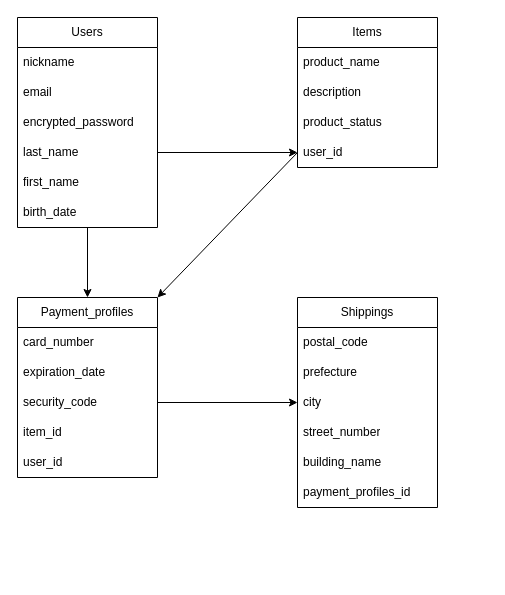
Before: test.drawio.dio in sekihono/furima-39817, a draw.io diagram. Source tidied: cells renumbered, new cells numbered last; positions are measured from the earlier drawing's top-left corner, leaving out a move shared by most shapes. Both pictures are drawn from the tidied source at 100%, with x=0, y=0 at pixel (17, 17).
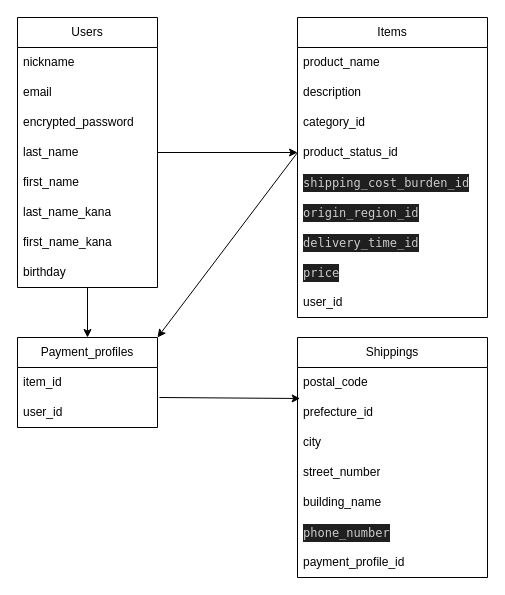
After the change.

Commit message (it also covers changes not shown here):
データベース設計　再修正１

The change refers to these unchanged cells:
```xml
<mxCell id="7" value="last_name" style="text;strokeColor=none;fillColor=none;align=left;verticalAlign=middle;spacingLeft=4;spacingRight=4;overflow=hidden;points=[[0,0.5],[1,0.5]];portConstraint=eastwest;whiteSpace=wrap;html=1;" parent="3" vertex="1">
  <mxGeometry y="120" width="140" height="30" as="geometry" />
</mxCell>
```

Diff of the diagram source:
```diff
@@
     <mxCell id="3" value="Users" style="swimlane;fontStyle=0;horizontal=1;startSize=30;whiteSpace=wrap;html=1;" parent="1" vertex="1">
-      <mxGeometry width="140" height="210" as="geometry" />
+      <mxGeometry width="140" height="270" as="geometry" />
     </mxCell>
@@
+    <mxCell id="31" value="last_name_kana" style="text;strokeColor=none;fillColor=none;align=left;verticalAlign=middle;spacingLeft=4;spacingRight=4;overflow=hidden;whiteSpace=wrap;html=1;" parent="3" vertex="1">
+      <mxGeometry y="180" width="140" height="30" as="geometry" />
+    </mxCell>
+    <mxCell id="32" value="first_name_kana" style="text;strokeColor=none;fillColor=none;align=left;verticalAlign=middle;spacingLeft=4;spacingRight=4;overflow=hidden;whiteSpace=wrap;html=1;" parent="3" vertex="1">
+      <mxGeometry y="210" width="140" height="30" as="geometry" />
+    </mxCell>
-    <mxCell id="9" value="birth_date" style="text;strokeColor=none;fillColor=none;align=left;verticalAlign=middle;spacingLeft=4;spacingRight=4;overflow=hidden;whiteSpace=wrap;html=1;" parent="3" vertex="1">
-      <mxGeometry y="180" width="140" height="30" as="geometry" />
+    <mxCell id="9" value="birthday" style="text;strokeColor=none;fillColor=none;align=left;verticalAlign=middle;spacingLeft=4;spacingRight=4;overflow=hidden;whiteSpace=wrap;html=1;" parent="3" vertex="1">
+      <mxGeometry y="240" width="140" height="30" as="geometry" />
     </mxCell>
     <mxCell id="10" value="Items" style="swimlane;fontStyle=0;horizontal=1;startSize=30;whiteSpace=wrap;html=1;" parent="1" vertex="1">
-      <mxGeometry x="280" width="140" height="150" as="geometry" />
+      <mxGeometry x="280" width="190" height="300" as="geometry" />
     </mxCell>
     <mxCell id="11" value="product_name" style="text;strokeColor=none;fillColor=none;align=left;verticalAlign=middle;spacingLeft=4;spacingRight=4;overflow=hidden;whiteSpace=wrap;html=1;" parent="10" vertex="1">
-      <mxGeometry y="30" width="140" height="30" as="geometry" />
+      <mxGeometry y="30" width="190" height="30" as="geometry" />
     </mxCell>
     <mxCell id="12" value="description" style="text;strokeColor=none;fillColor=none;align=left;verticalAlign=middle;spacingLeft=4;spacingRight=4;overflow=hidden;whiteSpace=wrap;html=1;" parent="10" vertex="1">
-      <mxGeometry y="60" width="140" height="30" as="geometry" />
+      <mxGeometry y="60" width="190" height="30" as="geometry" />
     </mxCell>
+    <mxCell id="33" value="category_id" style="text;strokeColor=none;fillColor=none;align=left;verticalAlign=middle;spacingLeft=4;spacingRight=4;overflow=hidden;whiteSpace=wrap;html=1;" parent="10" vertex="1">
+      <mxGeometry y="90" width="190" height="30" as="geometry" />
+    </mxCell>
-    <mxCell id="13" value="product_status" style="text;strokeColor=none;fillColor=none;align=left;verticalAlign=middle;spacingLeft=4;spacingRight=4;overflow=hidden;points=[[0,0.5],[1,0.5]];portConstraint=eastwest;whiteSpace=wrap;html=1;" parent="10" vertex="1">
-      <mxGeometry y="90" width="140" height="30" as="geometry" />
+    <mxCell id="13" value="product_status_id" style="text;strokeColor=none;fillColor=none;align=left;verticalAlign=middle;spacingLeft=4;spacingRight=4;overflow=hidden;points=[[0,0.5],[1,0.5]];portConstraint=eastwest;whiteSpace=wrap;html=1;" parent="10" vertex="1">
+      <mxGeometry y="120" width="190" height="30" as="geometry" />
     </mxCell>
+    <mxCell id="34" value="&lt;div style=&quot;color: rgb(204, 204, 204); background-color: rgb(31, 31, 31); font-family: Menlo, Monaco, &amp;quot;Courier New&amp;quot;, monospace; line-height: 18px;&quot;&gt;shipping_cost_burden_id&lt;/div&gt;" style="text;strokeColor=none;fillColor=none;align=left;verticalAlign=middle;spacingLeft=4;spacingRight=4;overflow=hidden;whiteSpace=wrap;html=1;" parent="10" vertex="1">
+      <mxGeometry y="150" width="190" height="30" as="geometry" />
+    </mxCell>
+    <mxCell id="35" value="&lt;div style=&quot;color: rgb(204, 204, 204); background-color: rgb(31, 31, 31); font-family: Menlo, Monaco, &amp;quot;Courier New&amp;quot;, monospace; line-height: 18px;&quot;&gt;origin_region_id &lt;/div&gt;" style="text;strokeColor=none;fillColor=none;align=left;verticalAlign=middle;spacingLeft=4;spacingRight=4;overflow=hidden;whiteSpace=wrap;html=1;" parent="10" vertex="1">
+      <mxGeometry y="180" width="190" height="30" as="geometry" />
+    </mxCell>
+    <mxCell id="36" value="&lt;div style=&quot;color: rgb(204, 204, 204); background-color: rgb(31, 31, 31); font-family: Menlo, Monaco, &amp;quot;Courier New&amp;quot;, monospace; line-height: 18px;&quot;&gt;delivery_time_id&lt;/div&gt;" style="text;strokeColor=none;fillColor=none;align=left;verticalAlign=middle;spacingLeft=4;spacingRight=4;overflow=hidden;whiteSpace=wrap;html=1;" parent="10" vertex="1">
+      <mxGeometry y="210" width="190" height="30" as="geometry" />
+    </mxCell>
+    <mxCell id="37" value="&lt;div style=&quot;color: rgb(204, 204, 204); background-color: rgb(31, 31, 31); font-family: Menlo, Monaco, &amp;quot;Courier New&amp;quot;, monospace; line-height: 18px;&quot;&gt;price&lt;/div&gt;" style="text;strokeColor=none;fillColor=none;align=left;verticalAlign=middle;spacingLeft=4;spacingRight=4;overflow=hidden;whiteSpace=wrap;html=1;" parent="10" vertex="1">
+      <mxGeometry y="240" width="190" height="30" as="geometry" />
+    </mxCell>
     <mxCell id="14" value="user_id" style="text;strokeColor=none;fillColor=none;align=left;verticalAlign=middle;spacingLeft=4;spacingRight=4;overflow=hidden;points=[[0,0.5],[1,0.5]];portConstraint=eastwest;whiteSpace=wrap;html=1;" parent="10" vertex="1">
-      <mxGeometry y="120" width="140" height="30" as="geometry" />
+      <mxGeometry y="270" width="190" height="30" as="geometry" />
     </mxCell>
-    <mxCell id="15" style="edgeStyle=none;html=1;exitX=1;exitY=0.5;exitDx=0;exitDy=0;entryX=0;entryY=0.5;entryDx=0;entryDy=0;" parent="1" edge="1" source="7" target="14">
+    <mxCell id="15" style="edgeStyle=none;html=1;exitX=1;exitY=0.5;exitDx=0;exitDy=0;entryX=0;entryY=0.5;entryDx=0;entryDy=0;" parent="1" edge="1" source="7" target="13">
       <mxGeometry relative="1" as="geometry" />
     </mxCell>
     <mxCell id="16" value="Payment_profiles" style="swimlane;fontStyle=0;horizontal=1;startSize=30;whiteSpace=wrap;html=1;" parent="1" vertex="1">
-      <mxGeometry y="280" width="140" height="180" as="geometry" />
+      <mxGeometry y="320" width="140" height="90" as="geometry" />
     </mxCell>
-    <mxCell id="17" value="card_number" style="text;strokeColor=none;fillColor=none;align=left;verticalAlign=middle;spacingLeft=4;spacingRight=4;overflow=hidden;whiteSpace=wrap;html=1;" parent="16" vertex="1">
-      <mxGeometry y="30" width="140" height="30" as="geometry" />
-    </mxCell>
-    <mxCell id="18" value="expiration_date" style="text;strokeColor=none;fillColor=none;align=left;verticalAlign=middle;spacingLeft=4;spacingRight=4;overflow=hidden;whiteSpace=wrap;html=1;" parent="16" vertex="1">
-      <mxGeometry y="60" width="140" height="30" as="geometry" />
-    </mxCell>
-    <mxCell id="19" value="security_code" style="text;strokeColor=none;fillColor=none;align=left;verticalAlign=middle;spacingLeft=4;spacingRight=4;overflow=hidden;points=[[0,0.5],[1,0.5]];portConstraint=eastwest;whiteSpace=wrap;html=1;" parent="16" vertex="1">
-      <mxGeometry y="90" width="140" height="30" as="geometry" />
-    </mxCell>
     <mxCell id="20" value="item_id" style="text;strokeColor=none;fillColor=none;align=left;verticalAlign=middle;spacingLeft=4;spacingRight=4;overflow=hidden;whiteSpace=wrap;html=1;" parent="16" vertex="1">
-      <mxGeometry y="120" width="140" height="30" as="geometry" />
+      <mxGeometry y="30" width="140" height="30" as="geometry" />
     </mxCell>
     <mxCell id="21" value="user_id" style="text;strokeColor=none;fillColor=none;align=left;verticalAlign=middle;spacingLeft=4;spacingRight=4;overflow=hidden;points=[[0,0.5],[1,0.5]];portConstraint=eastwest;whiteSpace=wrap;html=1;" parent="16" vertex="1">
-      <mxGeometry y="150" width="140" height="30" as="geometry" />
+      <mxGeometry y="60" width="140" height="30" as="geometry" />
     </mxCell>
     <mxCell id="22" value="Shippings" style="swimlane;fontStyle=0;horizontal=1;startSize=30;whiteSpace=wrap;html=1;" parent="1" vertex="1">
-      <mxGeometry x="280" y="280" width="140" height="210" as="geometry" />
+      <mxGeometry x="280" y="320" width="190" height="240" as="geometry" />
     </mxCell>
     <mxCell id="23" value="postal_code" style="text;strokeColor=none;fillColor=none;align=left;verticalAlign=middle;spacingLeft=4;spacingRight=4;overflow=hidden;whiteSpace=wrap;html=1;" parent="22" vertex="1">
-      <mxGeometry y="30" width="140" height="30" as="geometry" />
+      <mxGeometry y="30" width="190" height="30" as="geometry" />
     </mxCell>
-    <mxCell id="24" value="prefecture" style="text;strokeColor=none;fillColor=none;align=left;verticalAlign=middle;spacingLeft=4;spacingRight=4;overflow=hidden;points=[[0,0.5],[1,0.5]];portConstraint=eastwest;whiteSpace=wrap;html=1;" parent="22" vertex="1">
-      <mxGeometry y="60" width="140" height="30" as="geometry" />
+    <mxCell id="24" value="prefecture_id" style="text;strokeColor=none;fillColor=none;align=left;verticalAlign=middle;spacingLeft=4;spacingRight=4;overflow=hidden;points=[[0,0.5],[1,0.5]];portConstraint=eastwest;whiteSpace=wrap;html=1;" parent="22" vertex="1">
+      <mxGeometry y="60" width="190" height="30" as="geometry" />
     </mxCell>
     <mxCell id="25" value="city" style="text;strokeColor=none;fillColor=none;align=left;verticalAlign=middle;spacingLeft=4;spacingRight=4;overflow=hidden;points=[[0,0.5],[1,0.5]];portConstraint=eastwest;whiteSpace=wrap;html=1;" parent="22" vertex="1">
-      <mxGeometry y="90" width="140" height="30" as="geometry" />
+      <mxGeometry y="90" width="190" height="30" as="geometry" />
     </mxCell>
     <mxCell id="26" value="street_number" style="text;strokeColor=none;fillColor=none;align=left;verticalAlign=middle;spacingLeft=4;spacingRight=4;overflow=hidden;whiteSpace=wrap;html=1;" parent="22" vertex="1">
-      <mxGeometry y="120" width="140" height="30" as="geometry" />
+      <mxGeometry y="120" width="190" height="30" as="geometry" />
     </mxCell>
     <mxCell id="27" value="building_name" style="text;strokeColor=none;fillColor=none;align=left;verticalAlign=middle;spacingLeft=4;spacingRight=4;overflow=hidden;whiteSpace=wrap;html=1;" parent="22" vertex="1">
-      <mxGeometry y="150" width="140" height="30" as="geometry" />
+      <mxGeometry y="150" width="190" height="30" as="geometry" />
     </mxCell>
+    <mxCell id="38" value="&lt;div style=&quot;color: rgb(204, 204, 204); background-color: rgb(31, 31, 31); font-family: Menlo, Monaco, &amp;quot;Courier New&amp;quot;, monospace; line-height: 18px;&quot;&gt;phone_number &lt;/div&gt;" style="text;strokeColor=none;fillColor=none;align=left;verticalAlign=middle;spacingLeft=4;spacingRight=4;overflow=hidden;whiteSpace=wrap;html=1;" parent="22" vertex="1">
+      <mxGeometry y="180" width="190" height="30" as="geometry" />
+    </mxCell>
-    <mxCell id="28" value="payment_profiles_id" style="text;strokeColor=none;fillColor=none;align=left;verticalAlign=middle;spacingLeft=4;spacingRight=4;overflow=hidden;whiteSpace=wrap;html=1;" parent="22" vertex="1">
-      <mxGeometry y="180" width="140" height="30" as="geometry" />
+    <mxCell id="28" value="payment_profile_id" style="text;strokeColor=none;fillColor=none;align=left;verticalAlign=middle;spacingLeft=4;spacingRight=4;overflow=hidden;whiteSpace=wrap;html=1;" parent="22" vertex="1">
+      <mxGeometry y="210" width="190" height="30" as="geometry" />
     </mxCell>
-    <mxCell id="29" style="edgeStyle=none;html=1;exitX=1;exitY=0.5;exitDx=0;exitDy=0;" parent="1" edge="1" source="19" target="25">
+    <mxCell id="29" style="edgeStyle=none;html=1;exitX=1.014;exitY=0;exitDx=0;exitDy=0;entryX=0.014;entryY=0.033;entryDx=0;entryDy=0;exitPerimeter=0;entryPerimeter=0;" parent="1" edge="1" source="21" target="24">
       <mxGeometry relative="1" as="geometry" />
     </mxCell>
-    <mxCell id="30" style="edgeStyle=none;html=1;exitX=0;exitY=0.5;exitDx=0;exitDy=0;entryX=1;entryY=0;entryDx=0;entryDy=0;startArrow=none;startFill=0;" parent="1" edge="1" source="14" target="16">
+    <mxCell id="30" style="edgeStyle=none;html=1;exitX=0;exitY=0.5;exitDx=0;exitDy=0;entryX=1;entryY=0;entryDx=0;entryDy=0;startArrow=none;startFill=0;" parent="1" edge="1" source="13" target="16">
       <mxGeometry relative="1" as="geometry" />
     </mxCell>
```
